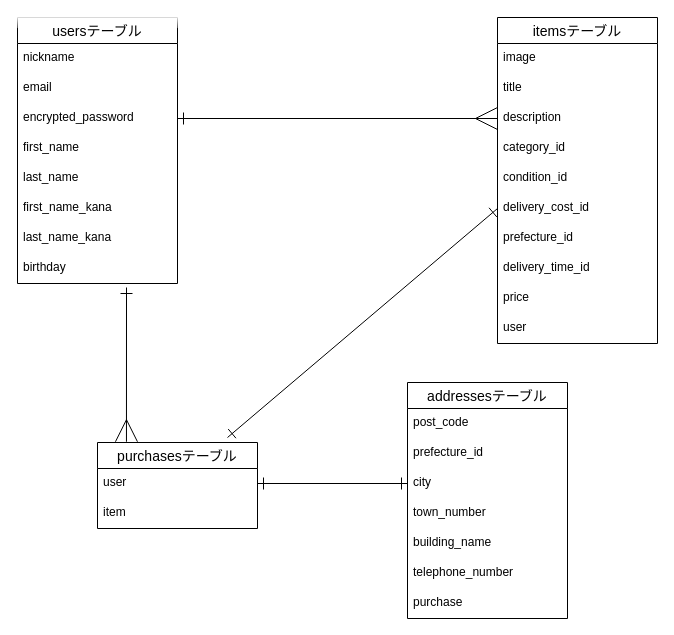
This is furima.dio from simanun/furima-39841, a draw.io file, before an edit. Source tidied: cells renumbered, new cells numbered last; positions are measured from the earlier drawing's top-left corner, leaving out a move shared by most shapes. Both pictures are drawn from the tidied source at 100%, with x=0, y=0 at pixel (17, 17).
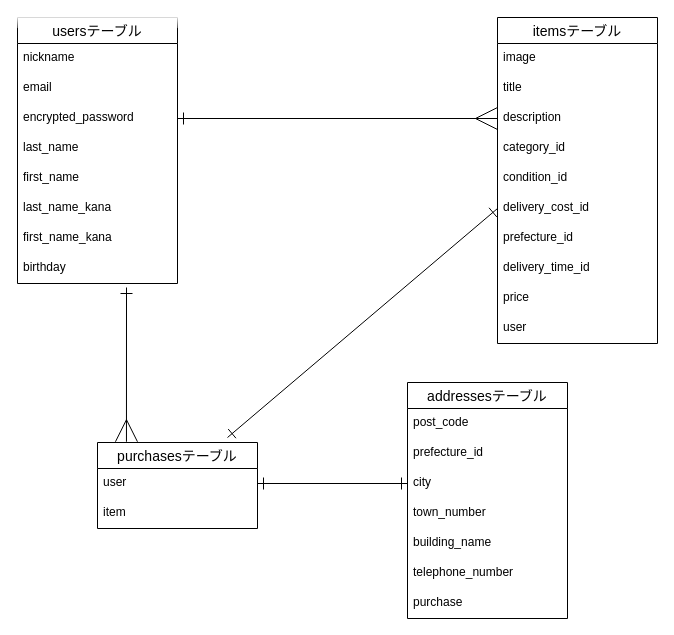
The same diagram, later.

The change refers to these unchanged cells:
```xml
<mxCell id="2" value="usersテーブル" style="swimlane;fontStyle=0;horizontal=1;startSize=26;align=center;fontSize=14;glass=1;" parent="1" vertex="1">
  <mxGeometry width="160" height="266" as="geometry" />
</mxCell>
```

Change to the diagram source:
```diff
@@
-    <mxCell id="6" value="first_name" style="text;strokeColor=none;fillColor=none;spacingLeft=4;spacingRight=4;overflow=hidden;fontSize=12;" parent="2" vertex="1">
+    <mxCell id="6" value="last_name" style="text;strokeColor=none;fillColor=none;spacingLeft=4;spacingRight=4;overflow=hidden;fontSize=12;" parent="2" vertex="1">
       <mxGeometry y="116" width="160" height="30" as="geometry" />
     </mxCell>
-    <mxCell id="7" value="last_name" style="text;strokeColor=none;fillColor=none;spacingLeft=4;spacingRight=4;overflow=hidden;fontSize=12;" parent="2" vertex="1">
+    <mxCell id="7" value="first_name" style="text;strokeColor=none;fillColor=none;spacingLeft=4;spacingRight=4;overflow=hidden;fontSize=12;" parent="2" vertex="1">
       <mxGeometry y="146" width="160" height="30" as="geometry" />
     </mxCell>
-    <mxCell id="8" value="first_name_kana" style="text;strokeColor=none;fillColor=none;spacingLeft=4;spacingRight=4;overflow=hidden;fontSize=12;glass=1;" parent="2" vertex="1">
+    <mxCell id="8" value="last_name_kana" style="text;strokeColor=none;fillColor=none;spacingLeft=4;spacingRight=4;overflow=hidden;fontSize=12;glass=1;" parent="2" vertex="1">
       <mxGeometry y="176" width="160" height="30" as="geometry" />
     </mxCell>
-    <mxCell id="9" value="last_name_kana" style="text;strokeColor=none;fillColor=none;spacingLeft=4;spacingRight=4;overflow=hidden;fontSize=12;glass=1;" parent="2" vertex="1">
+    <mxCell id="9" value="first_name_kana" style="text;strokeColor=none;fillColor=none;spacingLeft=4;spacingRight=4;overflow=hidden;fontSize=12;glass=1;" parent="2" vertex="1">
       <mxGeometry y="206" width="160" height="30" as="geometry" />
     </mxCell>
```
